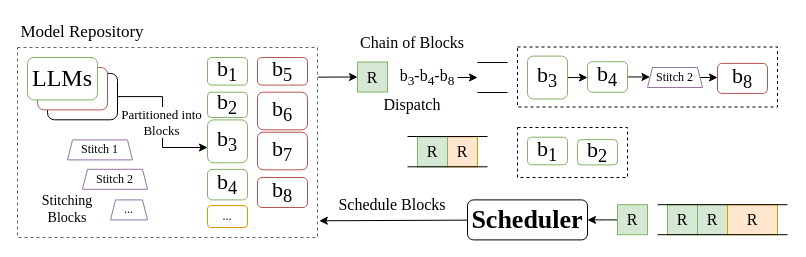
Before: block_design.drawio in BDHU/blockllm-diagram, a draw.io diagram. Source tidied: cells renumbered, new cells numbered last; positions are measured from the earlier drawing's top-left corner, leaving out a move shared by most shapes. Both pictures are drawn from the tidied source at 100%, with x=0, y=0 at pixel (17, 17).
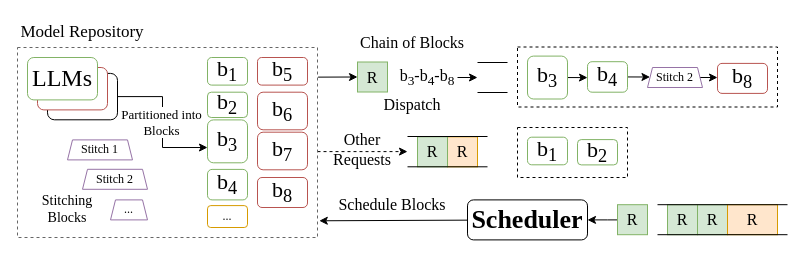
The same diagram, later.

Diff of the diagram source:
```diff
@@
+    <mxCell id="55" style="edgeStyle=none;rounded=0;orthogonalLoop=1;jettySize=auto;html=1;exitX=1;exitY=0.5;exitDx=0;exitDy=0;dashed=1;" parent="1" edge="1">
+      <mxGeometry relative="1" as="geometry">
+        <mxPoint x="300" y="134.1" as="sourcePoint" />
+        <mxPoint x="390" y="134.1" as="targetPoint" />
+      </mxGeometry>
+    </mxCell>
@@
+    <mxCell id="56" value="&lt;font style=&quot;font-size: 16px;&quot; face=&quot;Times New Roman&quot;&gt;Other Requests&lt;/font&gt;" style="text;html=1;align=center;verticalAlign=middle;whiteSpace=wrap;rounded=0;" parent="1" vertex="1">
+      <mxGeometry x="310" y="117.4" width="70" height="30" as="geometry" />
+    </mxCell>
```
